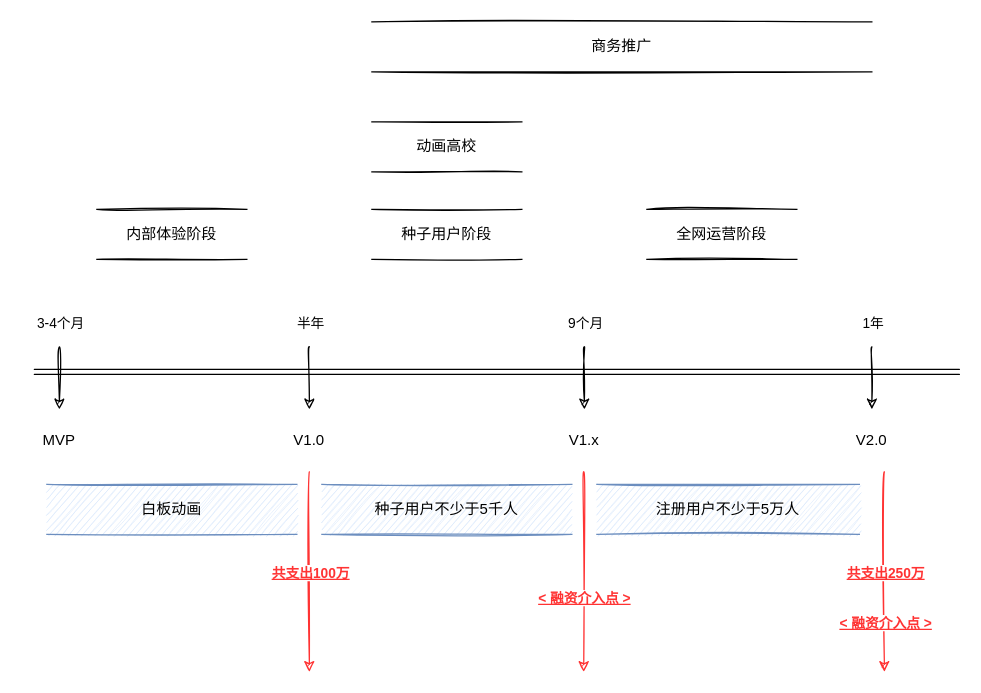
Above: aidonghua4 Diagram.drawio in chankamlam/demo (draw.io), before the change. Source tidied: cells renumbered, new cells numbered last; positions are measured from the earlier drawing's top-left corner, leaving out a move shared by most shapes. Both pictures are drawn from the tidied source at 125%, with x=0, y=0 at pixel (21, 21).
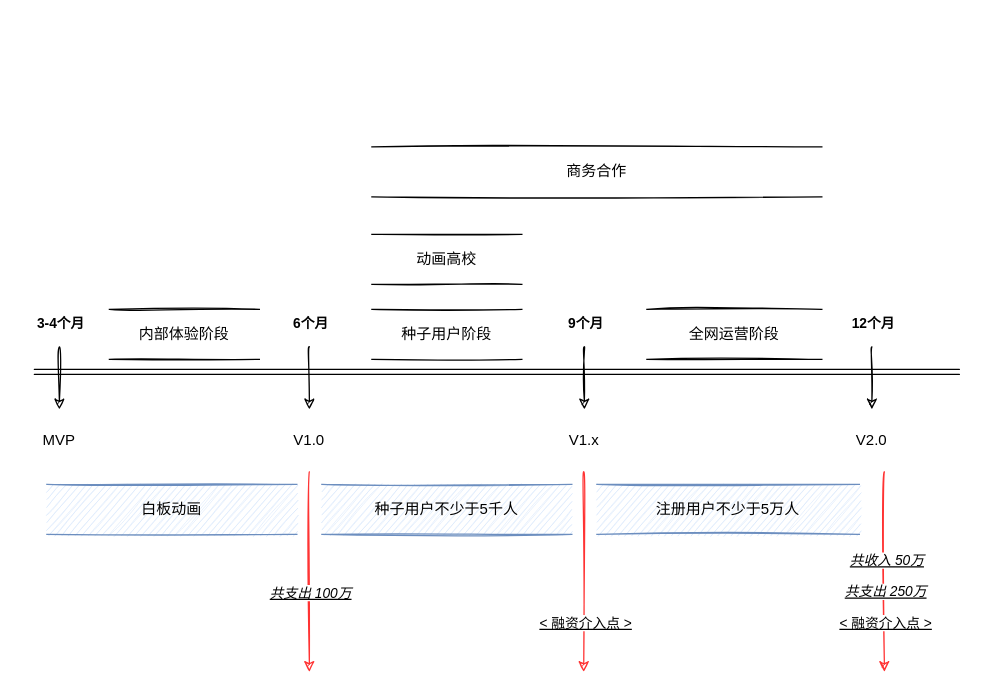
The same page after the edit.

The change refers to these unchanged cells:
```xml
<mxCell id="3" style="endArrow=classic;html=1;rounded=0;sketch=1;curved=1;" parent="1" edge="1">
  <mxGeometry relative="1" as="geometry">
    <mxPoint x="30" y="260" as="sourcePoint" />
    <mxPoint x="30" y="310" as="targetPoint" />
  </mxGeometry>
</mxCell>
<mxCell id="5" style="endArrow=classic;html=1;rounded=0;sketch=1;curved=1;" parent="1" edge="1">
  <mxGeometry relative="1" as="geometry">
    <mxPoint x="230" y="260" as="sourcePoint" />
    <mxPoint x="230" y="310" as="targetPoint" />
  </mxGeometry>
</mxCell>
<mxCell id="7" style="endArrow=classic;html=1;rounded=0;sketch=1;curved=1;" parent="1" edge="1">
  <mxGeometry relative="1" as="geometry">
    <mxPoint x="450" y="260" as="sourcePoint" />
    <mxPoint x="450" y="310" as="targetPoint" />
  </mxGeometry>
</mxCell>
<mxCell id="9" style="endArrow=classic;html=1;rounded=0;sketch=1;curved=1;" parent="1" edge="1">
  <mxGeometry relative="1" as="geometry">
    <mxPoint x="680" y="260" as="sourcePoint" />
    <mxPoint x="680" y="310" as="targetPoint" />
  </mxGeometry>
</mxCell>
<mxCell id="23" style="endArrow=classic;html=1;rounded=0;sketch=1;curved=1;strokeColor=#FF3333;" parent="1" edge="1">
  <mxGeometry relative="1" as="geometry">
    <mxPoint x="230" y="360" as="sourcePoint" />
    <mxPoint x="230" y="520" as="targetPoint" />
  </mxGeometry>
</mxCell>
<mxCell id="25" style="endArrow=classic;html=1;rounded=0;sketch=1;curved=1;strokeColor=#FF3333;" parent="1" edge="1">
  <mxGeometry relative="1" as="geometry">
    <mxPoint x="449.5" y="360" as="sourcePoint" />
    <mxPoint x="449.5" y="520" as="targetPoint" />
  </mxGeometry>
</mxCell>
<mxCell id="27" style="endArrow=classic;html=1;rounded=0;sketch=1;curved=1;strokeColor=#FF3333;" parent="1" edge="1">
  <mxGeometry relative="1" as="geometry">
    <mxPoint x="690" y="360" as="sourcePoint" />
    <mxPoint x="690" y="520" as="targetPoint" />
  </mxGeometry>
</mxCell>
```

Diff of the diagram source:
```diff
@@
-    <mxCell id="4" value="3-4个月" style="edgeLabel;html=1;align=center;verticalAlign=middle;" parent="3" vertex="1">
+    <mxCell id="4" value="3-4个月" style="edgeLabel;html=1;align=center;verticalAlign=middle;fontStyle=1;" parent="3" vertex="1">
       <mxGeometry x="-0.56" relative="1" as="geometry">
         <mxPoint y="-31" as="offset" />
       </mxGeometry>
     </mxCell>
@@
-    <mxCell id="6" value="半年" style="edgeLabel;html=1;align=center;verticalAlign=middle;" parent="5" vertex="1">
+    <mxCell id="6" value="6个月" style="edgeLabel;html=1;align=center;verticalAlign=middle;fontStyle=1;" parent="5" vertex="1">
       <mxGeometry x="-0.56" relative="1" as="geometry">
         <mxPoint y="-31" as="offset" />
       </mxGeometry>
     </mxCell>
@@
-    <mxCell id="8" value="9个月" style="edgeLabel;html=1;align=center;verticalAlign=middle;" parent="7" vertex="1">
+    <mxCell id="8" value="9个月" style="edgeLabel;html=1;align=center;verticalAlign=middle;fontStyle=1;" parent="7" vertex="1">
       <mxGeometry x="-0.56" relative="1" as="geometry">
         <mxPoint y="-31" as="offset" />
       </mxGeometry>
     </mxCell>
@@
-    <mxCell id="10" value="1年" style="edgeLabel;html=1;align=center;verticalAlign=middle;" parent="9" vertex="1">
+    <mxCell id="10" value="12个月" style="edgeLabel;html=1;align=center;verticalAlign=middle;fontStyle=1;" parent="9" vertex="1">
       <mxGeometry x="-0.56" relative="1" as="geometry">
         <mxPoint y="-31" as="offset" />
       </mxGeometry>
     </mxCell>
@@
     <mxCell id="15" value="内部体验阶段" style="shape=partialRectangle;whiteSpace=wrap;html=1;left=0;right=0;fillColor=none;sketch=1;" parent="1" vertex="1">
-      <mxGeometry x="60" y="150" width="120" height="40" as="geometry" />
+      <mxGeometry x="70" y="230" width="120" height="40" as="geometry" />
     </mxCell>
     <mxCell id="16" value="种子用户阶段" style="shape=partialRectangle;whiteSpace=wrap;html=1;left=0;right=0;fillColor=none;sketch=1;" parent="1" vertex="1">
-      <mxGeometry x="280" y="150" width="120" height="40" as="geometry" />
+      <mxGeometry x="280" y="230" width="120" height="40" as="geometry" />
     </mxCell>
     <mxCell id="17" value="动画高校" style="shape=partialRectangle;whiteSpace=wrap;html=1;left=0;right=0;fillColor=none;sketch=1;" parent="1" vertex="1">
-      <mxGeometry x="280" y="80" width="120" height="40" as="geometry" />
+      <mxGeometry x="280" y="170" width="120" height="40" as="geometry" />
     </mxCell>
     <mxCell id="18" value="全网运营阶段" style="shape=partialRectangle;whiteSpace=wrap;html=1;left=0;right=0;fillColor=none;sketch=1;" parent="1" vertex="1">
-      <mxGeometry x="500" y="150" width="120" height="40" as="geometry" />
+      <mxGeometry x="500" y="230" width="140" height="40" as="geometry" />
     </mxCell>
@@
-    <mxCell id="20" value="商务推广" style="shape=partialRectangle;whiteSpace=wrap;html=1;left=0;right=0;fillColor=none;sketch=1;" parent="1" vertex="1">
-      <mxGeometry x="280" width="400" height="40" as="geometry" />
+    <mxCell id="20" value="商务合作" style="shape=partialRectangle;whiteSpace=wrap;html=1;left=0;right=0;fillColor=none;sketch=1;" parent="1" vertex="1">
+      <mxGeometry x="280" y="100" width="360" height="40" as="geometry" />
     </mxCell>
@@
-    <mxCell id="24" value="共支出100万" style="edgeLabel;html=1;align=center;verticalAlign=middle;fontStyle=5;fontColor=#FF3333;" parent="23" vertex="1">
+    <mxCell id="24" value="共支出 100万" style="edgeLabel;html=1;align=center;verticalAlign=middle;fontStyle=6;fontColor=#000000;" parent="23" vertex="1">
       <mxGeometry x="0.45" y="1" relative="1" as="geometry">
-        <mxPoint x="-1" y="-36" as="offset" />
+        <mxPoint x="-1" y="-20" as="offset" />
       </mxGeometry>
     </mxCell>
@@
-    <mxCell id="26" value="&amp;lt; 融资介入点 &amp;gt;" style="edgeLabel;html=1;align=center;verticalAlign=middle;fontStyle=5;fontColor=#FF3333;" parent="25" vertex="1">
+    <mxCell id="26" value="&amp;lt; 融资介入点 &amp;gt;" style="edgeLabel;html=1;align=center;verticalAlign=middle;fontStyle=4;fontColor=#000000;" parent="25" vertex="1">
       <mxGeometry x="0.45" y="1" relative="1" as="geometry">
-        <mxPoint x="-1" y="-16" as="offset" />
+        <mxPoint y="4" as="offset" />
       </mxGeometry>
     </mxCell>
@@
-    <mxCell id="28" value="共支出250万" style="edgeLabel;html=1;align=center;verticalAlign=middle;fontStyle=5;fontColor=#FF3333;" parent="27" vertex="1">
+    <mxCell id="28" value="共支出 250万" style="edgeLabel;html=1;align=center;verticalAlign=middle;fontStyle=6;fontColor=#000000;" parent="27" vertex="1">
       <mxGeometry x="0.45" y="1" relative="1" as="geometry">
-        <mxPoint x="-1" y="-36" as="offset" />
+        <mxPoint x="-1" y="-21" as="offset" />
       </mxGeometry>
     </mxCell>
-    <mxCell id="29" value="&amp;lt; 融资介入点 &amp;gt;" style="edgeLabel;html=1;align=center;verticalAlign=middle;fontStyle=5;fontColor=#FF3333;" parent="1" vertex="1">
+    <mxCell id="29" value="&amp;lt; 融资介入点 &amp;gt;" style="edgeLabel;html=1;align=center;verticalAlign=middle;fontStyle=4;fontColor=#000000;" parent="1" vertex="1">
       <mxGeometry x="690" y="480" as="geometry" />
     </mxCell>
+    <mxCell id="30" value="共收入 50万" style="edgeLabel;html=1;align=center;verticalAlign=middle;fontStyle=6;fontColor=#000000;" parent="1" vertex="1">
+      <mxGeometry x="691" y="430" as="geometry" />
+    </mxCell>
```
